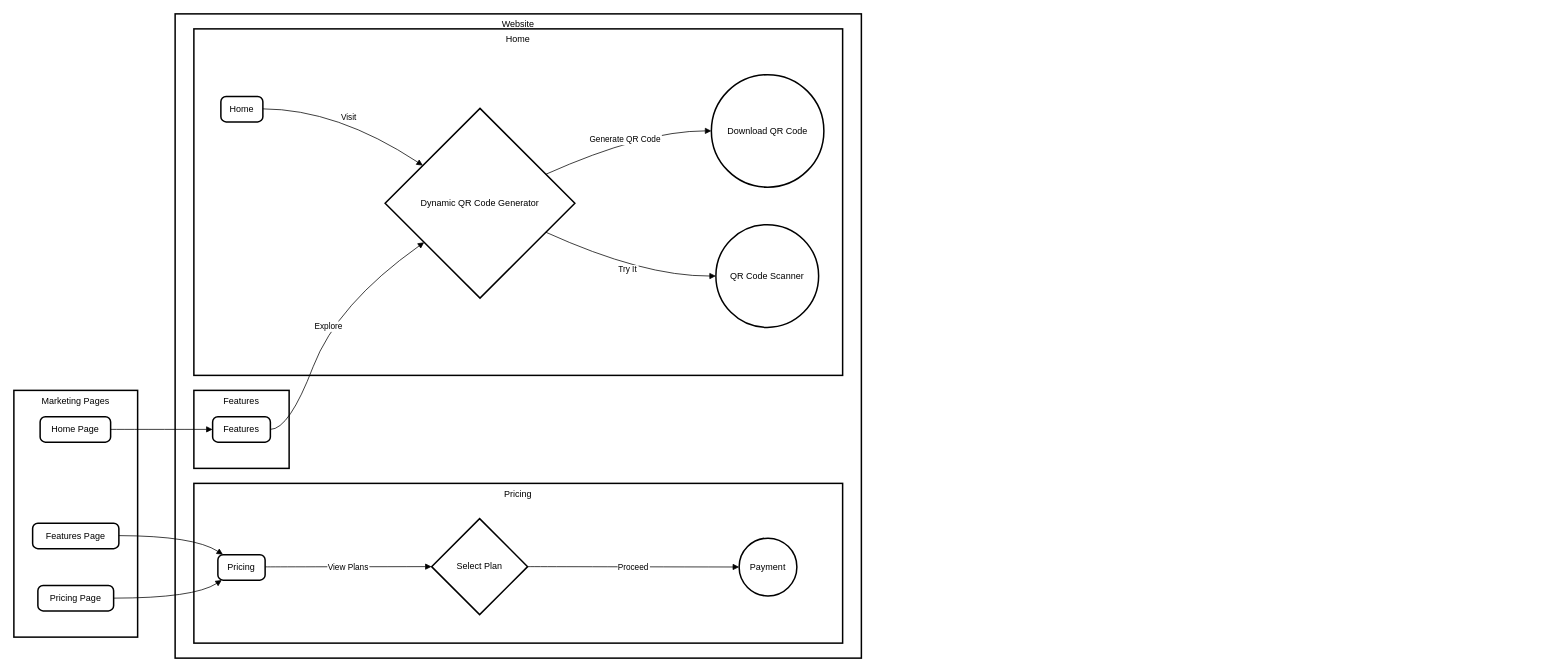
Prog-Party/dynamic-qr keeps this draw.io diagram as Resources/Dynamic-QR-flowchart.drawio. Above is the earlier version. Source tidied: cells renumbered, new cells numbered last; positions are measured from the earlier drawing's top-left corner, leaving out a move shared by most shapes. Both pictures are drawn from the tidied source at 75%, with x=0, y=0 at pixel (14, 14).
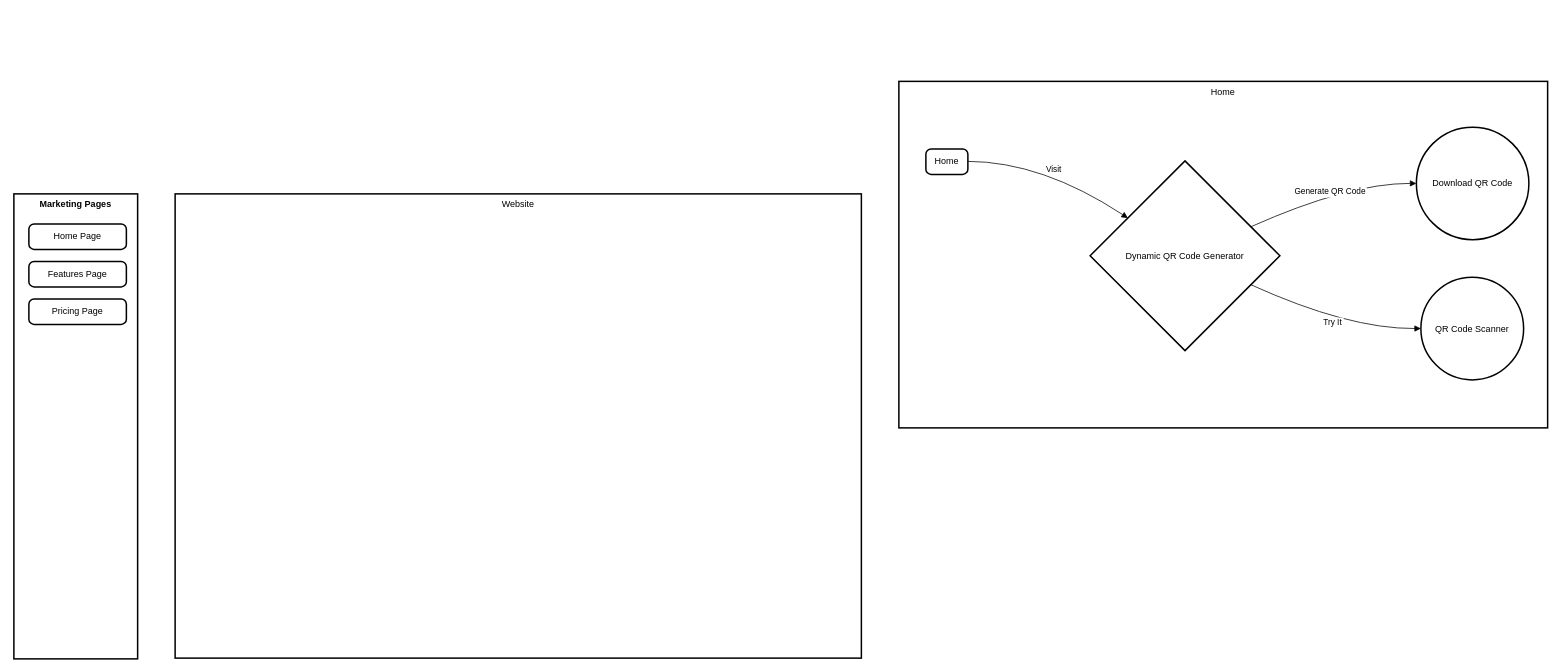
Above is the later version.

Diff of the diagram source:
```diff
@@
-    <mxCell id="2" value="Marketing Pages" style="whiteSpace=wrap;strokeWidth=2;verticalAlign=top;" parent="1" vertex="1">
-      <mxGeometry y="502" width="165" height="329" as="geometry" />
+    <mxCell id="2" value="Marketing Pages" style="whiteSpace=wrap;strokeWidth=2;verticalAlign=top;fontStyle=1;" parent="1" vertex="1">
+      <mxGeometry y="240" width="165" height="620" as="geometry" />
     </mxCell>
     <mxCell id="3" value="Home Page" style="rounded=1;absoluteArcSize=1;arcSize=14;whiteSpace=wrap;strokeWidth=2;" parent="1" vertex="1">
-      <mxGeometry x="35" y="537" width="94" height="34" as="geometry" />
+      <mxGeometry x="20" y="280" width="130" height="34" as="geometry" />
     </mxCell>
     <mxCell id="4" value="Features Page" style="rounded=1;absoluteArcSize=1;arcSize=14;whiteSpace=wrap;strokeWidth=2;" parent="1" vertex="1">
-      <mxGeometry x="25" y="679" width="115" height="34" as="geometry" />
+      <mxGeometry x="20" y="330" width="130" height="34" as="geometry" />
     </mxCell>
     <mxCell id="5" value="Pricing Page" style="rounded=1;absoluteArcSize=1;arcSize=14;whiteSpace=wrap;strokeWidth=2;" parent="1" vertex="1">
-      <mxGeometry x="32" y="762" width="101" height="34" as="geometry" />
+      <mxGeometry x="20" y="380" width="130" height="34" as="geometry" />
     </mxCell>
     <mxCell id="6" value="Website" style="whiteSpace=wrap;strokeWidth=2;verticalAlign=top;" parent="1" vertex="1">
-      <mxGeometry x="215" width="915" height="859" as="geometry" />
+      <mxGeometry x="215" y="240" width="915" height="619" as="geometry" />
     </mxCell>
     <mxCell id="7" value="Home" style="whiteSpace=wrap;strokeWidth=2;verticalAlign=top;" parent="1" vertex="1">
-      <mxGeometry x="240" y="20" width="865" height="462" as="geometry" />
+      <mxGeometry x="1180" y="90" width="865" height="462" as="geometry" />
     </mxCell>
-    <mxCell id="8" value="Features" style="whiteSpace=wrap;strokeWidth=2;verticalAlign=top;" parent="1" vertex="1">
-      <mxGeometry x="240" y="502" width="127" height="104" as="geometry" />
-    </mxCell>
-    <mxCell id="9" value="Pricing" style="whiteSpace=wrap;strokeWidth=2;verticalAlign=top;" parent="1" vertex="1">
-      <mxGeometry x="240" y="626" width="865" height="213" as="geometry" />
-    </mxCell>
-    <mxCell id="10" value="Select Plan" style="rhombus;strokeWidth=2;whiteSpace=wrap;" parent="1" vertex="1">
-      <mxGeometry x="557" y="673" width="128" height="128" as="geometry" />
-    </mxCell>
-    <mxCell id="11" value="Pricing" style="rounded=1;absoluteArcSize=1;arcSize=14;whiteSpace=wrap;strokeWidth=2;" parent="1" vertex="1">
-      <mxGeometry x="272" y="721" width="63" height="34" as="geometry" />
-    </mxCell>
-    <mxCell id="12" value="Payment" style="ellipse;strokeWidth=2;whiteSpace=wrap;" parent="1" vertex="1">
-      <mxGeometry x="967" y="699" width="77" height="77" as="geometry" />
-    </mxCell>
-    <mxCell id="13" value="Features" style="rounded=1;absoluteArcSize=1;arcSize=14;whiteSpace=wrap;strokeWidth=2;" parent="1" vertex="1">
-      <mxGeometry x="265" y="537" width="77" height="34" as="geometry" />
-    </mxCell>
     <mxCell id="14" value="Dynamic QR Code Generator" style="rhombus;strokeWidth=2;whiteSpace=wrap;" parent="1" vertex="1">
-      <mxGeometry x="495" y="126" width="253" height="253" as="geometry" />
+      <mxGeometry x="1435" y="196" width="253" height="253" as="geometry" />
     </mxCell>
     <mxCell id="15" value="Home" style="rounded=1;absoluteArcSize=1;arcSize=14;whiteSpace=wrap;strokeWidth=2;" parent="1" vertex="1">
-      <mxGeometry x="276" y="110" width="56" height="34" as="geometry" />
+      <mxGeometry x="1216" y="180" width="56" height="34" as="geometry" />
     </mxCell>
     <mxCell id="16" value="Download QR Code" style="ellipse;strokeWidth=2;whiteSpace=wrap;" parent="1" vertex="1">
-      <mxGeometry x="930" y="81" width="150" height="150" as="geometry" />
+      <mxGeometry x="1870" y="151" width="150" height="150" as="geometry" />
     </mxCell>
     <mxCell id="17" value="QR Code Scanner" style="ellipse;strokeWidth=2;whiteSpace=wrap;" parent="1" vertex="1">
-      <mxGeometry x="936" y="281" width="137" height="137" as="geometry" />
+      <mxGeometry x="1876" y="351" width="137" height="137" as="geometry" />
     </mxCell>
     <mxCell id="18" value="Visit" style="curved=1;startArrow=none;endArrow=block;exitX=1;exitY=0.49;entryX=0;entryY=0.17;" parent="1" edge="1" source="15" target="14">
       <mxGeometry relative="1" as="geometry">
         <Array as="points">
-          <mxPoint x="431" y="127" />
+          <mxPoint x="1371" y="197" />
         </Array>
       </mxGeometry>
     </mxCell>
     <mxCell id="19" value="Generate QR Code" style="curved=1;startArrow=none;endArrow=block;exitX=1;exitY=0.28;entryX=0;entryY=0.5;" parent="1" edge="1" source="14" target="16">
       <mxGeometry relative="1" as="geometry">
         <Array as="points">
-          <mxPoint x="839" y="156" />
+          <mxPoint x="1779" y="226" />
         </Array>
       </mxGeometry>
     </mxCell>
     <mxCell id="20" value="Try It" style="curved=1;startArrow=none;endArrow=block;exitX=1;exitY=0.72;entryX=0;entryY=0.5;" parent="1" edge="1" source="14" target="17">
       <mxGeometry relative="1" as="geometry">
         <Array as="points">
-          <mxPoint x="839" y="350" />
+          <mxPoint x="1779" y="420" />
         </Array>
       </mxGeometry>
     </mxCell>
-    <mxCell id="21" value="Explore" style="curved=1;startArrow=none;endArrow=block;exitX=1.01;exitY=0.5;entryX=0;entryY=0.85;" parent="1" edge="1" source="13" target="14">
-      <mxGeometry relative="1" as="geometry">
-        <Array as="points">
-          <mxPoint x="367" y="554" />
-          <mxPoint x="431" y="387" />
-        </Array>
-      </mxGeometry>
-    </mxCell>
-    <mxCell id="22" value="View Plans" style="curved=1;startArrow=none;endArrow=block;exitX=1.01;exitY=0.48;entryX=0;entryY=0.5;" parent="1" edge="1" source="11" target="10">
-      <mxGeometry relative="1" as="geometry" />
-    </mxCell>
-    <mxCell id="23" value="Proceed" style="curved=1;startArrow=none;endArrow=block;exitX=1;exitY=0.5;entryX=-0.01;entryY=0.5;" parent="1" edge="1" source="10" target="12">
-      <mxGeometry relative="1" as="geometry" />
-    </mxCell>
-    <mxCell id="24" style="curved=1;startArrow=none;endArrow=block;exitX=1.01;exitY=0.5;entryX=0;entryY=0.5;" parent="1" edge="1" source="3" target="13">
-      <mxGeometry relative="1" as="geometry" />
-    </mxCell>
-    <mxCell id="25" style="curved=1;startArrow=none;endArrow=block;exitX=1;exitY=0.49;entryX=0.1;entryY=-0.01;" parent="1" edge="1" source="4" target="11">
-      <mxGeometry relative="1" as="geometry">
-        <Array as="points">
-          <mxPoint x="240" y="696" />
-        </Array>
-      </mxGeometry>
-    </mxCell>
-    <mxCell id="26" style="curved=1;startArrow=none;endArrow=block;exitX=1;exitY=0.5;entryX=0.1;entryY=0.98;" parent="1" edge="1" source="5" target="11">
-      <mxGeometry relative="1" as="geometry">
-        <Array as="points">
-          <mxPoint x="240" y="779" />
-        </Array>
-      </mxGeometry>
-    </mxCell>
```
